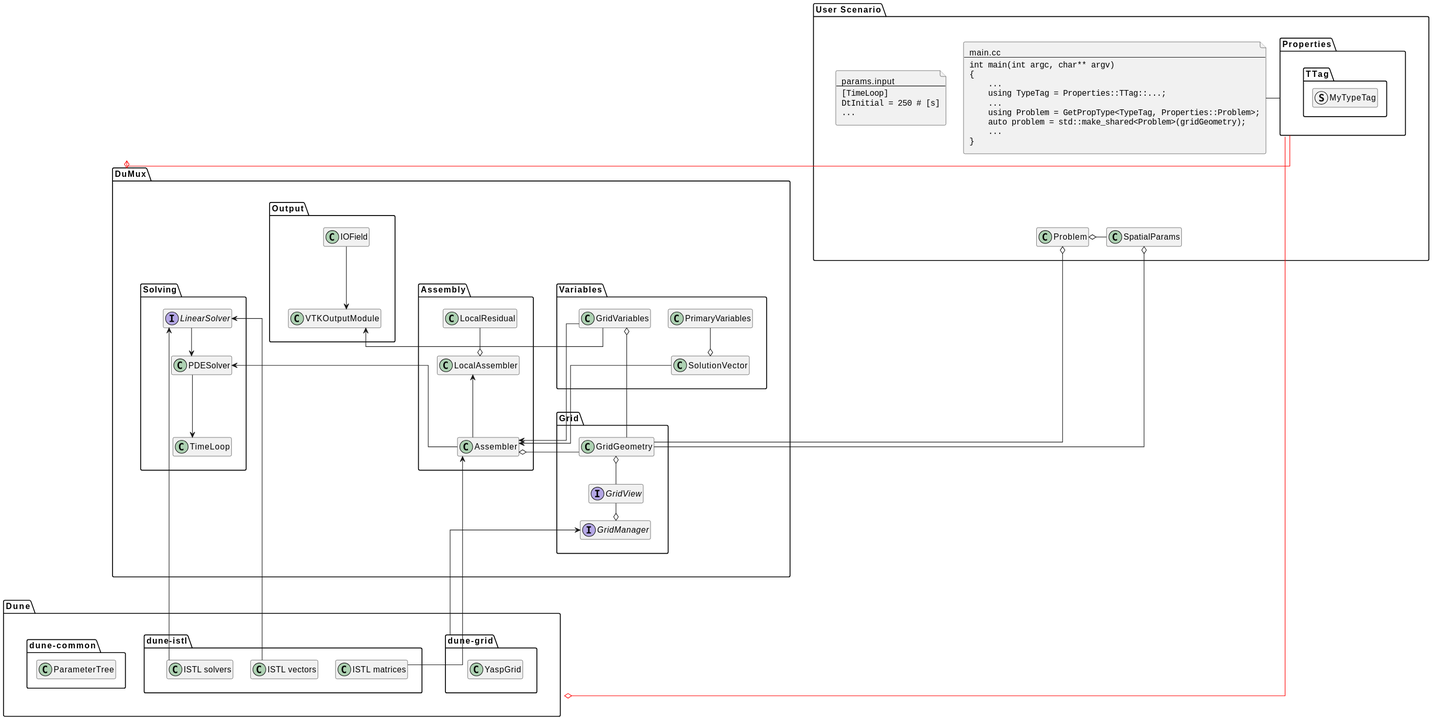
Above: doc/doxygen/puml/hldd.svg in dumux/dumux (PlantUML), before the change.
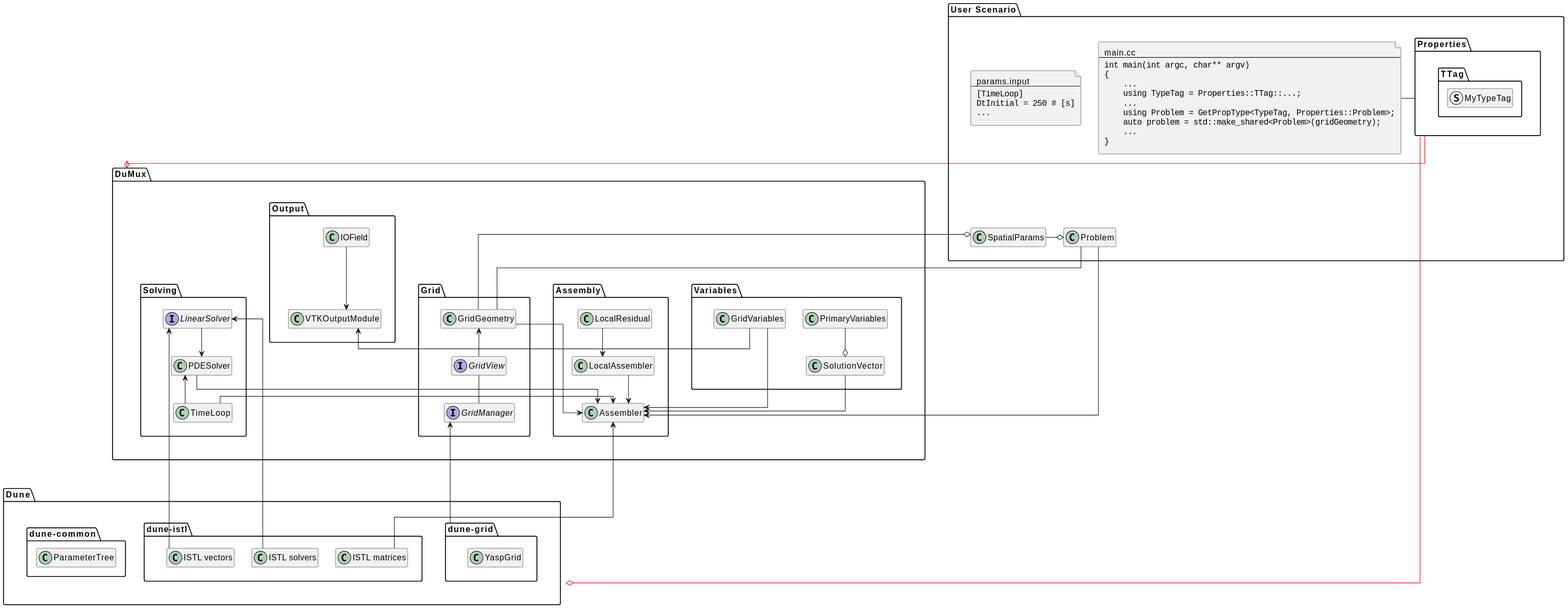
After the commit.

Commit message:
Changed some arrow types and directions.

Change to the diagram source:
```diff
@@ -99,20 +99,22 @@
 Assembler <-d- "ISTL matrices"
 LinearSolver <-d- "ISTL vectors"
  "dune-grid" -u--> GridManager
-GridManager o-u- GridView
-GridView -u-o GridGeometry
-GridGeometry -u-o Problem
+GridManager -u- GridView
+GridView -u-> GridGeometry
+GridGeometry -u- Problem
 GridGeometry -u-o SpatialParams
-GridGeometry -l-o GridVariables
-GridGeometry -l-o Assembler
+GridGeometry -[hidden]- GridVariables
+GridGeometry -l-> Assembler
 LinearSolver -d-> PDESolver
-LocalResidual -d-o LocalAssembler
-LocalAssembler <-d- Assembler
+LocalResidual -d-> LocalAssembler
+LocalAssembler -d-> Assembler
 GridVariables -l-> VTKOutputModule
 PrimaryVariables -d-o SolutionVector
 IOField --> VTKOutputModule
-Assembler --> PDESolver
-PDESolver --> TimeLoop
+Assembler <-- PDESolver
+PDESolver <-- TimeLoop
+TimeLoop --> Assembler
+Problem --> Assembler
 SolutionVector --> Assembler
 GridVariables --> Assembler
 SpatialParams -r-o Problem
```
